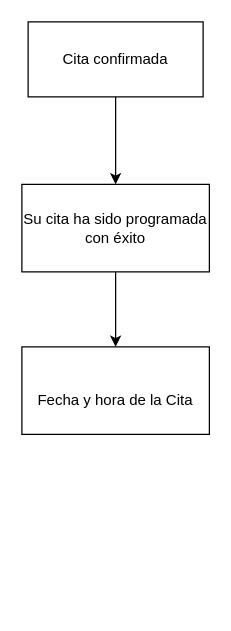
Earlier version of the draw.io diagram docs/analisis/docs/diagramas/wireframe-confirmacion.drawio (carranzamaravilla/Prototipo-de-Reservas-o-Turnos-Medicos-Cloud). Source tidied: cells renumbered, new cells numbered last; positions are measured from the earlier drawing's top-left corner, leaving out a move shared by most shapes. Both pictures are drawn from the tidied source at 125%, with x=0, y=0 at pixel (21, 21).
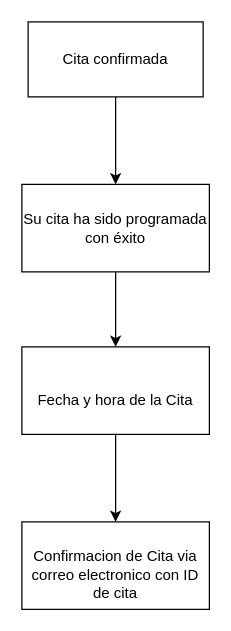
After the change.

Commit message:
Actualización de diagrama integrando ID de cita

Change to the diagram source:
```diff
@@
 <mxGraphModel>
   <root>
     <mxCell id="0" />
     <mxCell id="1" parent="0" />
     <mxCell id="2" style="edgeStyle=orthogonalEdgeStyle;rounded=0;jettySize=auto;html=1;" parent="1" edge="1" source="3" target="5">
       <mxGeometry relative="1" as="geometry" />
     </mxCell>
     <mxCell id="3" value="Cita confirmada" style="rounded=0;whiteSpace=wrap;html=1;" parent="1" vertex="1">
       <mxGeometry x="5" width="140" height="60" as="geometry" />
     </mxCell>
     <mxCell id="4" style="edgeStyle=orthogonalEdgeStyle;rounded=0;jettySize=auto;html=1;" parent="1" edge="1" source="5" target="6">
       <mxGeometry relative="1" as="geometry" />
     </mxCell>
     <mxCell id="5" value="&lt;div&gt;&lt;br&gt;&lt;/div&gt;&lt;div&gt;Su cita ha sido programada con éxito&lt;/div&gt;&lt;div&gt;&lt;br&gt;&lt;/div&gt;" style="rounded=0;whiteSpace=wrap;html=1;" parent="1" vertex="1">
       <mxGeometry y="130" width="150" height="70" as="geometry" />
     </mxCell>
+    <mxCell id="7" style="edgeStyle=orthogonalEdgeStyle;rounded=0;jettySize=auto;html=1;" parent="1" edge="1" source="6" target="8">
+      <mxGeometry relative="1" as="geometry" />
+    </mxCell>
     <mxCell id="6" value="&lt;div&gt;&lt;br&gt;&lt;/div&gt;&lt;div&gt;Fecha y hora de la Cita&lt;/div&gt;" style="rounded=0;whiteSpace=wrap;html=1;" parent="1" vertex="1">
       <mxGeometry y="260" width="150" height="70" as="geometry" />
     </mxCell>
+    <mxCell id="8" value="&lt;div&gt;&lt;br&gt;&lt;/div&gt;&lt;div&gt;Confirmacion de Cita via correo electronico con ID de cita&lt;/div&gt;" style="rounded=0;whiteSpace=wrap;html=1;" parent="1" vertex="1">
+      <mxGeometry y="400" width="150" height="70" as="geometry" />
+    </mxCell>
   </root>
 </mxGraphModel>
```
